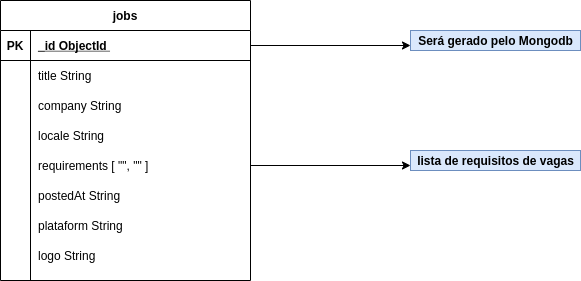
Before: documents/estrutura_inicial_banco_dados.png, a diagram exported from draw.io (devpleno/junta-vagas). Source tidied: cells renumbered, new cells last; positions are measured from the earlier drawing's top-left corner, leaving out a move shared by most shapes.
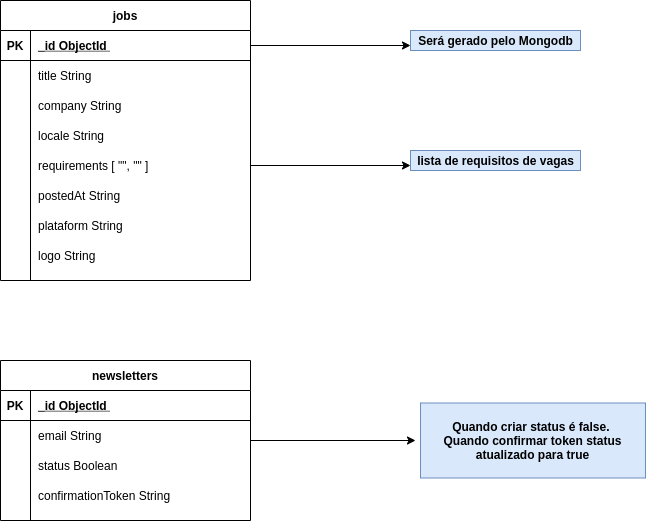
The same file after the commit.

Commit message:
Change diagram to add table newsletter

The edit, as a diff of the source:
```diff
@@ -2,11 +2,6 @@
   <root>
     <mxCell id="0" />
     <mxCell id="1" parent="0" />
-    <mxCell id="2" style="edgeStyle=entityRelationEdgeStyle;endArrow=ERzeroToMany;startArrow=ERone;endFill=1;startFill=0;" parent="1" edge="1" target="x">
-      <mxGeometry relative="1" as="geometry">
-        <mxPoint x="580" y="45" as="sourcePoint" />
-      </mxGeometry>
-    </mxCell>
     <mxCell id="3" value="jobs" style="shape=table;startSize=30;rowLines=0;fontStyle=1;align=center;" parent="1" vertex="1">
       <mxGeometry width="250" height="280" as="geometry" />
     </mxCell>
@@ -96,5 +91,52 @@
     <mxCell id="31" style="edgeStyle=orthogonalEdgeStyle;rounded=0;jettySize=auto;html=1;entryX=0;entryY=0.75;entryDx=0;entryDy=0;entryPerimeter=0;fontColor=default;" parent="1" edge="1" source="16" target="30">
       <mxGeometry relative="1" as="geometry" />
     </mxCell>
+    <mxCell id="32" style="edgeStyle=orthogonalEdgeStyle;rounded=0;jettySize=auto;html=1;" parent="1" edge="1" source="33">
+      <mxGeometry relative="1" as="geometry">
+        <mxPoint x="415" y="440" as="targetPoint" />
+      </mxGeometry>
+    </mxCell>
+    <mxCell id="33" value="newsletters" style="shape=table;startSize=30;rowLines=0;fontStyle=1;align=center;" parent="1" vertex="1">
+      <mxGeometry y="360" width="250" height="160" as="geometry" />
+    </mxCell>
+    <mxCell id="34" style="shape=partialRectangle;fillColor=none;top=0;left=0;right=0;bottom=1;" parent="33" vertex="1">
+      <mxGeometry y="30" width="250" height="30" as="geometry" />
+    </mxCell>
+    <mxCell id="35" value="PK" style="shape=partialRectangle;overflow=hidden;fillColor=none;top=0;left=0;bottom=0;right=0;fontStyle=1;" parent="34" vertex="1">
+      <mxGeometry width="30" height="30" as="geometry" />
+    </mxCell>
+    <mxCell id="36" value="_id ObjectId " style="shape=partialRectangle;overflow=hidden;fillColor=none;top=0;left=0;bottom=0;right=0;align=left;spacingLeft=6;fontStyle=5;" parent="34" vertex="1">
+      <mxGeometry x="30" width="220" height="30" as="geometry" />
+    </mxCell>
+    <mxCell id="37" style="shape=partialRectangle;fillColor=none;top=0;left=0;right=0;bottom=0;" parent="33" vertex="1">
+      <mxGeometry y="60" width="250" height="30" as="geometry" />
+    </mxCell>
+    <mxCell id="38" style="shape=partialRectangle;overflow=hidden;fillColor=none;top=0;left=0;bottom=0;right=0;" parent="37" vertex="1">
+      <mxGeometry width="30" height="30" as="geometry" />
+    </mxCell>
+    <mxCell id="39" value="email String" style="shape=partialRectangle;overflow=hidden;fillColor=none;top=0;left=0;bottom=0;right=0;align=left;spacingLeft=6;" parent="37" vertex="1">
+      <mxGeometry x="30" width="220" height="30" as="geometry" />
+    </mxCell>
+    <mxCell id="40" style="shape=partialRectangle;fillColor=none;top=0;left=0;right=0;bottom=0;" parent="33" vertex="1">
+      <mxGeometry y="90" width="250" height="30" as="geometry" />
+    </mxCell>
+    <mxCell id="41" style="shape=partialRectangle;overflow=hidden;fillColor=none;top=0;left=0;bottom=0;right=0;" parent="40" vertex="1">
+      <mxGeometry width="30" height="30" as="geometry" />
+    </mxCell>
+    <mxCell id="42" value="status Boolean" style="shape=partialRectangle;overflow=hidden;fillColor=none;top=0;left=0;bottom=0;right=0;align=left;spacingLeft=6;" parent="40" vertex="1">
+      <mxGeometry x="30" width="220" height="30" as="geometry" />
+    </mxCell>
+    <mxCell id="43" style="shape=partialRectangle;fillColor=none;top=0;left=0;right=0;bottom=0;" parent="33" vertex="1">
+      <mxGeometry y="120" width="250" height="30" as="geometry" />
+    </mxCell>
+    <mxCell id="44" style="shape=partialRectangle;overflow=hidden;fillColor=none;top=0;left=0;bottom=0;right=0;" parent="43" vertex="1">
+      <mxGeometry width="30" height="30" as="geometry" />
+    </mxCell>
+    <mxCell id="45" value="confirmationToken String" style="shape=partialRectangle;overflow=hidden;fillColor=none;top=0;left=0;bottom=0;right=0;align=left;spacingLeft=6;" parent="43" vertex="1">
+      <mxGeometry x="30" width="220" height="30" as="geometry" />
+    </mxCell>
+    <mxCell id="46" value="Quando criar status é false.&amp;nbsp;&lt;br&gt;Quando confirmar token status atualizado para true" style="text;html=1;strokeColor=#6c8ebf;fillColor=#dae8fc;align=center;verticalAlign=middle;whiteSpace=wrap;rounded=0;fontStyle=1;" parent="1" vertex="1">
+      <mxGeometry x="420" y="402.5" width="225" height="75" as="geometry" />
+    </mxCell>
   </root>
 </mxGraphModel>
```
